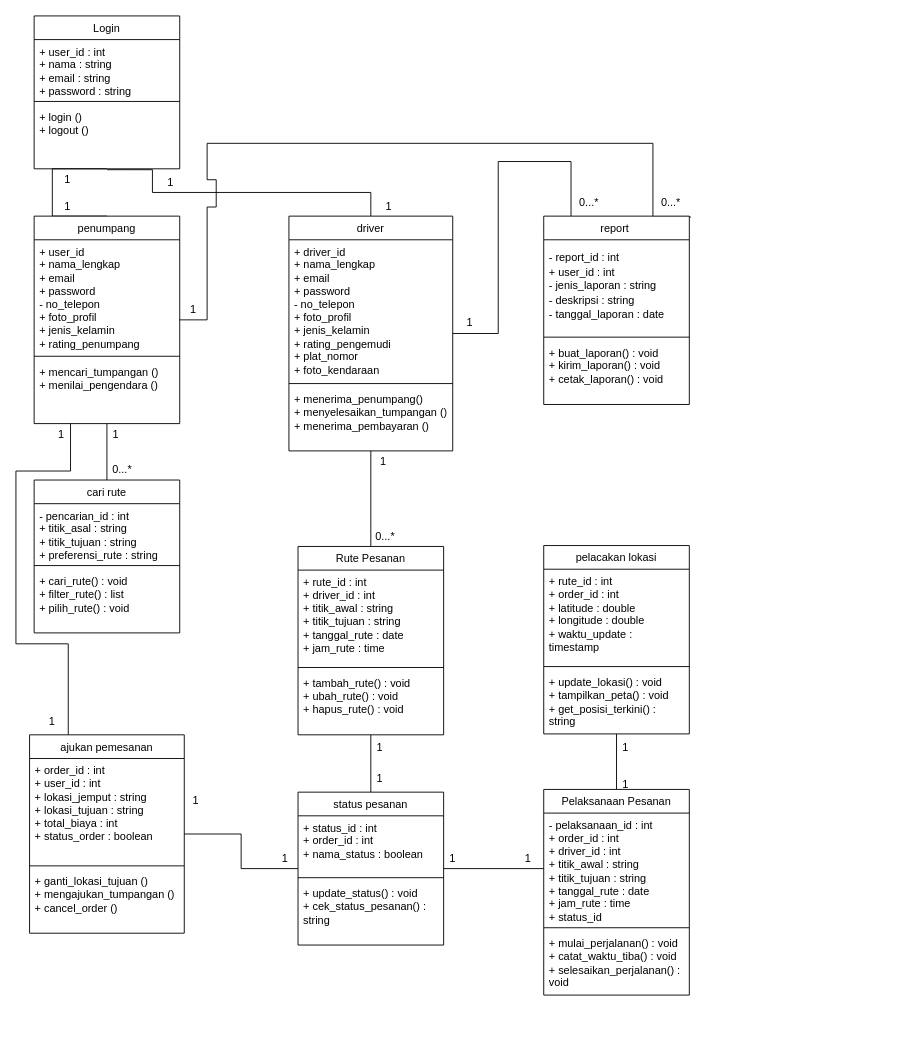
The draw.io diagram Class_Diagram_NebengKampus.drawio in habibalula/NebengKampus, before the edit. Source tidied: cells renumbered, new cells numbered last; positions are measured from the earlier drawing's top-left corner, leaving out a move shared by most shapes. Both pictures are drawn from the tidied source at 91%, with x=0, y=0 at pixel (15, 15).
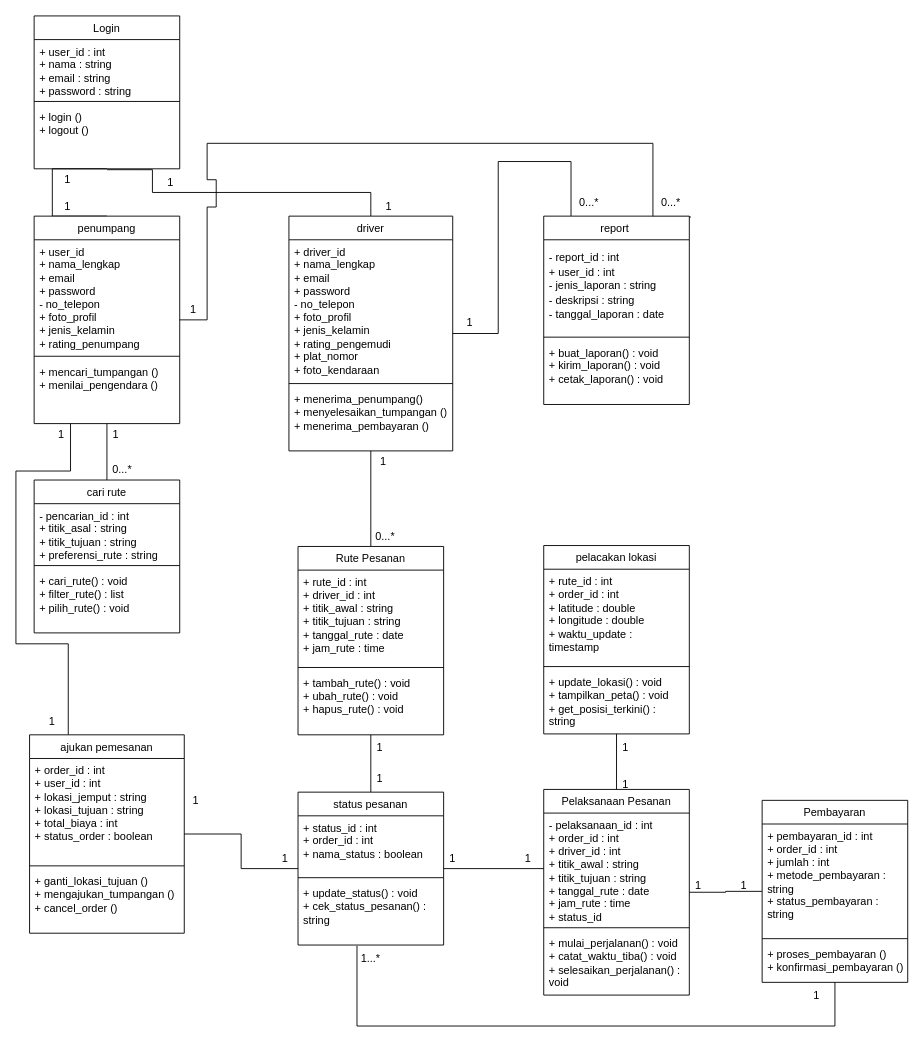
The same diagram, later.

The change refers to these unchanged cells:
```xml
<mxCell id="34" value="&lt;div&gt;+ update_status() : void&lt;/div&gt;&lt;div&gt;+ cek_status_pesanan() : string&lt;/div&gt;" style="text;strokeColor=none;fillColor=none;align=left;verticalAlign=top;spacingLeft=4;spacingRight=4;overflow=hidden;points=[[0,0.5],[1,0.5]];portConstraint=eastwest;whiteSpace=wrap;html=1;shadow=0;" parent="31" vertex="1">
  <mxGeometry y="98" width="160" height="70" as="geometry" />
</mxCell>
<mxCell id="49" value="&lt;span style=&quot;font-weight: 400;&quot;&gt;Pelaksanaan Pesanan&lt;/span&gt;" style="swimlane;fontStyle=1;align=center;verticalAlign=top;horizontal=1;startSize=26;whiteSpace=wrap;html=1;shadow=0;" parent="1" vertex="1">
  <mxGeometry x="580" y="850" width="160" height="226" as="geometry" />
</mxCell>
```

What changed in the source:
```diff
@@
+    <mxCell id="75" style="edgeStyle=orthogonalEdgeStyle;rounded=0;jettySize=auto;html=1;endArrow=none;endFill=0;" parent="1" edge="1" source="49" target="76">
+      <mxGeometry relative="1" as="geometry" />
+    </mxCell>
@@
+    <mxCell id="76" value="&lt;span style=&quot;font-weight: 400;&quot;&gt;Pembayaran&lt;/span&gt;" style="swimlane;fontStyle=1;align=center;verticalAlign=top;horizontal=1;startSize=26;whiteSpace=wrap;html=1;shadow=0;" parent="1" vertex="1">
+      <mxGeometry x="820" y="862" width="160" height="200" as="geometry" />
+    </mxCell>
+    <mxCell id="77" value="&lt;div&gt;+ pembayaran_id : int&lt;/div&gt;&lt;div&gt;+ order_id : int&lt;/div&gt;&lt;div&gt;+ jumlah : int&lt;/div&gt;&lt;div&gt;+ metode_pembayaran : string&lt;/div&gt;&lt;div&gt;+ status_pembayaran : string&lt;/div&gt;" style="text;strokeColor=none;fillColor=none;align=left;verticalAlign=top;spacingLeft=4;spacingRight=4;overflow=hidden;whiteSpace=wrap;html=1;shadow=0;" parent="76" vertex="1">
+      <mxGeometry y="26" width="160" height="122" as="geometry" />
+    </mxCell>
+    <mxCell id="78" style="line;strokeWidth=1;fillColor=none;align=left;verticalAlign=middle;spacingTop=-1;spacingLeft=3;spacingRight=3;labelPosition=right;strokeColor=inherit;shadow=0;" parent="76" vertex="1">
+      <mxGeometry y="148" width="160" height="8" as="geometry" />
+    </mxCell>
+    <mxCell id="79" value="&lt;div&gt;+ proses_pembayaran ()&lt;/div&gt;&lt;div&gt;+ konfirmasi_pembayaran ()&lt;/div&gt;" style="text;strokeColor=none;fillColor=none;align=left;verticalAlign=top;spacingLeft=4;spacingRight=4;overflow=hidden;whiteSpace=wrap;html=1;shadow=0;" parent="76" vertex="1">
+      <mxGeometry y="156" width="160" height="44" as="geometry" />
+    </mxCell>
+    <mxCell id="80" value="1" style="text;html=1;whiteSpace=wrap;strokeColor=none;fillColor=none;align=center;verticalAlign=middle;rounded=0;" parent="1" vertex="1">
+      <mxGeometry x="720" y="941" width="60" height="30" as="geometry" />
+    </mxCell>
+    <mxCell id="81" value="1" style="text;html=1;whiteSpace=wrap;strokeColor=none;fillColor=none;align=center;verticalAlign=middle;rounded=0;" parent="1" vertex="1">
+      <mxGeometry x="770" y="941" width="60" height="30" as="geometry" />
+    </mxCell>
+    <mxCell id="82" style="edgeStyle=orthogonalEdgeStyle;rounded=0;jettySize=auto;html=1;exitX=0.5;exitY=1;exitDx=0;exitDy=0;entryX=0.405;entryY=1.011;entryDx=0;entryDy=0;entryPerimeter=0;endArrow=none;endFill=0;" parent="1" edge="1" source="76" target="34">
+      <mxGeometry relative="1" as="geometry">
+        <Array as="points">
+          <mxPoint x="900" y="1110" />
+          <mxPoint x="374.8" y="1110" />
+        </Array>
+      </mxGeometry>
+    </mxCell>
+    <mxCell id="83" value="1" style="text;html=1;whiteSpace=wrap;strokeColor=none;fillColor=none;align=center;verticalAlign=middle;rounded=0;" parent="1" vertex="1">
+      <mxGeometry x="850" y="1062" width="60" height="30" as="geometry" />
+    </mxCell>
+    <mxCell id="84" value="1...*" style="text;html=1;whiteSpace=wrap;strokeColor=none;fillColor=none;align=center;verticalAlign=middle;rounded=0;" parent="1" vertex="1">
+      <mxGeometry x="360" y="1021" width="60" height="30" as="geometry" />
+    </mxCell>
```
